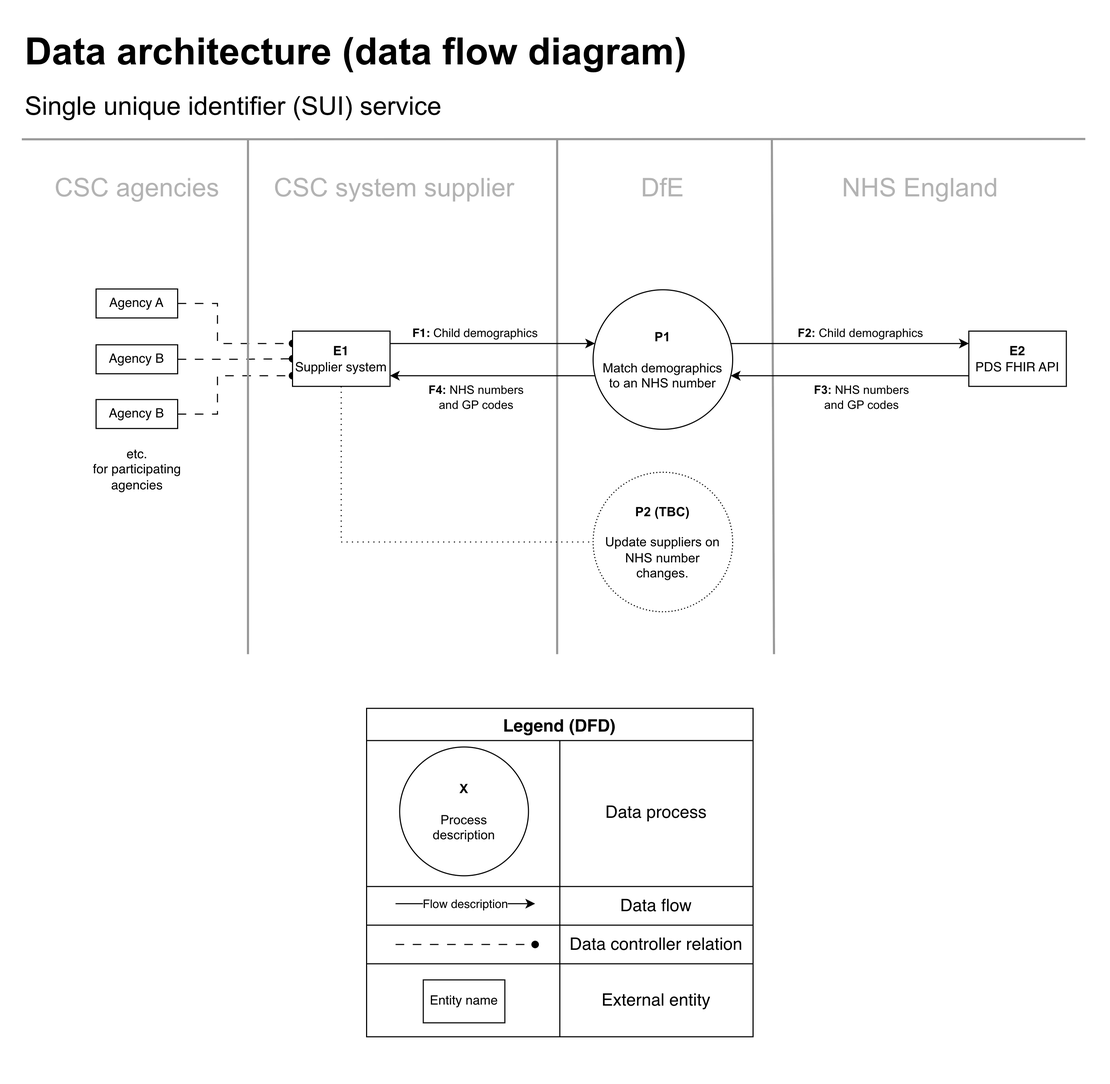
DFE-Digital/single-unique-identifier keeps this draw.io diagram as Docs/architecture/models/data-architecture.drawio.png. Above is the earlier version. Source tidied: cells renumbered, new cells last; positions are measured from the earlier drawing's top-left corner, leaving out a move shared by most shapes. The source it was exported from:
```xml
<mxGraphModel background="light-dark(#FFFFFF,#121212)">
  <root>
    <mxCell id="0" />
    <mxCell id="1" parent="0" />
    <mxCell id="2" style="edgeStyle=orthogonalEdgeStyle;rounded=0;jettySize=auto;html=1;dashed=1;dashPattern=8 8;endArrow=oval;endFill=1;" parent="1" edge="1" source="42" target="41">
      <mxGeometry relative="1" as="geometry">
        <Array as="points">
          <mxPoint x="181" y="366" />
          <mxPoint x="181" y="330" />
        </Array>
      </mxGeometry>
    </mxCell>
    <mxCell id="3" style="endArrow=none;html=1;strokeWidth=2;rounded=0;fontFamily=Arial;strokeColor=#999999;" parent="1" edge="1">
      <mxGeometry relative="1" as="geometry">
        <mxPoint x="700" y="590" as="sourcePoint" />
        <mxPoint x="698" y="110" as="targetPoint" />
      </mxGeometry>
    </mxCell>
    <mxCell id="4" style="endArrow=none;html=1;strokeWidth=2;rounded=0;fontFamily=Arial;strokeColor=#999999;" parent="1" edge="1">
      <mxGeometry relative="1" as="geometry">
        <mxPoint x="498" y="590" as="sourcePoint" />
        <mxPoint x="498" y="110" as="targetPoint" />
      </mxGeometry>
    </mxCell>
    <mxCell id="5" value="&lt;h1 style=&quot;margin-top: 0px;&quot;&gt;&lt;font style=&quot;font-size: 35px;&quot;&gt;Data architecture (data flow diagram)&lt;/font&gt;&lt;/h1&gt;&lt;p&gt;&lt;font style=&quot;font-size: 24px;&quot;&gt;Single unique identifier (SUI) service&lt;/font&gt;&lt;/p&gt;" style="text;html=1;whiteSpace=wrap;overflow=hidden;rounded=0;fontFamily=Arial;" parent="1" vertex="1">
      <mxGeometry width="684" height="120" as="geometry" />
    </mxCell>
    <mxCell id="6" value="&lt;b&gt;F2:&lt;/b&gt; Child demographics" style="rounded=0;jettySize=auto;html=1;fontFamily=Arial;edgeStyle=orthogonalEdgeStyle;" parent="1" edge="1" source="9" target="38">
      <mxGeometry x="0.1" y="10" relative="1" as="geometry">
        <Array as="points">
          <mxPoint x="766" y="300" />
          <mxPoint x="766" y="300" />
        </Array>
      </mxGeometry>
    </mxCell>
    <mxCell id="7" style="edgeStyle=orthogonalEdgeStyle;rounded=0;jettySize=auto;html=1;" parent="1" edge="1" source="9" target="41">
      <mxGeometry relative="1" as="geometry">
        <Array as="points">
          <mxPoint x="481" y="330" />
          <mxPoint x="481" y="330" />
        </Array>
      </mxGeometry>
    </mxCell>
    <mxCell id="8" value="&lt;b style=&quot;font-family: Arial;&quot;&gt;F4:&lt;/b&gt;&lt;span style=&quot;font-family: Arial;&quot;&gt;&amp;nbsp;NHS numbers&lt;/span&gt;&lt;br style=&quot;font-family: Arial;&quot;&gt;&lt;span style=&quot;font-family: Arial;&quot;&gt;and GP codes&lt;/span&gt;" style="edgeLabel;html=1;align=center;verticalAlign=middle;" parent="7" vertex="1">
      <mxGeometry x="0.29" y="5" relative="1" as="geometry">
        <mxPoint x="12" y="15" as="offset" />
      </mxGeometry>
    </mxCell>
    <mxCell id="9" value="&lt;b&gt;P1&lt;/b&gt;&lt;br&gt;&lt;br&gt;Match demographics &lt;br&gt;to an NHS number" style="shape=ellipse;html=1;dashed=0;whiteSpace=wrap;perimeter=ellipsePerimeter;fontFamily=Arial;" parent="1" vertex="1">
      <mxGeometry x="531" y="250" width="130" height="130" as="geometry" />
    </mxCell>
    <mxCell id="10" value="&lt;b&gt;F3:&lt;/b&gt; NHS numbers &lt;br&gt;and GP codes" style="edgeStyle=orthogonalEdgeStyle;rounded=0;jettySize=auto;html=1;fontFamily=Arial;" parent="1" edge="1" source="38" target="9">
      <mxGeometry x="-0.1" y="20" relative="1" as="geometry">
        <Array as="points">
          <mxPoint x="711" y="330" />
          <mxPoint x="711" y="330" />
        </Array>
      </mxGeometry>
    </mxCell>
    <mxCell id="11" style="edgeStyle=orthogonalEdgeStyle;rounded=0;orthogonalLoop=1;jettySize=auto;html=1;fontFamily=Arial;" parent="1" edge="1">
      <mxGeometry relative="1" as="geometry">
        <mxPoint x="1230.1" y="633" as="targetPoint" />
        <Array as="points">
          <mxPoint x="1230.1" y="699" />
        </Array>
      </mxGeometry>
    </mxCell>
    <mxCell id="12" value="&lt;font style=&quot;font-size: 24px;&quot;&gt;&lt;span style=&quot;color: rgb(179, 179, 179); font-weight: normal;&quot;&gt;CSC system supplier&lt;/span&gt;&lt;/font&gt;" style="text;html=1;whiteSpace=wrap;strokeColor=none;fillColor=none;align=center;verticalAlign=middle;rounded=0;fontFamily=Arial;fontStyle=1;" parent="1" vertex="1">
      <mxGeometry x="231" y="130" width="230" height="50" as="geometry" />
    </mxCell>
    <mxCell id="13" value="&lt;font style=&quot;font-size: 24px;&quot;&gt;&lt;span style=&quot;color: rgb(179, 179, 179);&quot;&gt;DfE&lt;/span&gt;&lt;/font&gt;" style="text;html=1;whiteSpace=wrap;strokeColor=none;fillColor=none;align=center;verticalAlign=middle;rounded=0;fontFamily=Arial;" parent="1" vertex="1">
      <mxGeometry x="566" y="140" width="60" height="30" as="geometry" />
    </mxCell>
    <mxCell id="14" value="&lt;font style=&quot;font-size: 24px;&quot;&gt;&lt;span style=&quot;color: rgb(179, 179, 179);&quot;&gt;NHS England&lt;/span&gt;&lt;/font&gt;" style="text;html=1;whiteSpace=wrap;strokeColor=none;fillColor=none;align=center;verticalAlign=middle;rounded=0;fontFamily=Arial;" parent="1" vertex="1">
      <mxGeometry x="721" y="140" width="230" height="30" as="geometry" />
    </mxCell>
    <mxCell id="15" style="edgeStyle=orthogonalEdgeStyle;rounded=0;jettySize=auto;html=1;dashed=1;dashPattern=8 8;endArrow=oval;endFill=1;" parent="1" edge="1" source="16" target="41">
      <mxGeometry relative="1" as="geometry" />
    </mxCell>
    <mxCell id="16" value="Agency B" style="html=1;dashed=0;whiteSpace=wrap;" parent="1" vertex="1">
      <mxGeometry x="68" y="301.2" width="76" height="27" as="geometry" />
    </mxCell>
    <mxCell id="17" style="edgeStyle=orthogonalEdgeStyle;rounded=0;jettySize=auto;html=1;dashed=1;dashPattern=8 8;endArrow=oval;endFill=1;" parent="1" edge="1" source="18" target="41">
      <mxGeometry relative="1" as="geometry">
        <Array as="points">
          <mxPoint x="181" y="263" />
          <mxPoint x="181" y="300" />
        </Array>
      </mxGeometry>
    </mxCell>
    <mxCell id="18" value="Agency A" style="html=1;dashed=0;whiteSpace=wrap;" parent="1" vertex="1">
      <mxGeometry x="68" y="249.2" width="76" height="27" as="geometry" />
    </mxCell>
    <mxCell id="19" style="endArrow=none;html=1;strokeWidth=2;rounded=0;fontFamily=Arial;entryX=-0.001;entryY=0.919;entryDx=0;entryDy=0;entryPerimeter=0;strokeColor=#999999;" parent="1" edge="1" target="5">
      <mxGeometry relative="1" as="geometry">
        <mxPoint x="990" y="110" as="sourcePoint" />
      </mxGeometry>
    </mxCell>
    <mxCell id="20" style="group;" parent="1" vertex="1">
      <mxGeometry x="320" y="640" width="360" height="330" as="geometry" />
    </mxCell>
    <mxCell id="21" style="group;" parent="20" vertex="1">
      <mxGeometry width="360" height="330" as="geometry" />
    </mxCell>
    <mxCell id="22" value="Legend (DFD)" style="shape=table;startSize=30;strokeColor=default;fontSize=16;fontStyle=1;" parent="21" vertex="1">
      <mxGeometry width="360" height="306" as="geometry" />
    </mxCell>
    <mxCell id="23" style="shape=tableRow;horizontal=0;startSize=0;swimlaneHead=0;swimlaneBody=0;strokeColor=inherit;top=0;left=0;bottom=0;right=0;fillColor=none;fontSize=16;" parent="22" vertex="1">
      <mxGeometry y="30" width="360" height="136" as="geometry" />
    </mxCell>
    <mxCell id="24" style="shape=partialRectangle;html=1;whiteSpace=wrap;strokeColor=inherit;overflow=hidden;fillColor=none;top=0;left=0;bottom=0;right=0;fontSize=16;" parent="23" vertex="1">
      <mxGeometry width="180" height="136" as="geometry" />
    </mxCell>
    <mxCell id="25" value="Data process" style="shape=partialRectangle;html=1;whiteSpace=wrap;strokeColor=inherit;overflow=hidden;fillColor=none;top=0;left=0;bottom=0;right=0;fontSize=16;align=center;" parent="23" vertex="1">
      <mxGeometry x="180" width="180" height="136" as="geometry" />
    </mxCell>
    <mxCell id="26" style="shape=tableRow;horizontal=0;startSize=0;swimlaneHead=0;swimlaneBody=0;strokeColor=inherit;top=0;left=0;bottom=0;right=0;fillColor=none;fontSize=16;" parent="22" vertex="1">
      <mxGeometry y="166" width="360" height="36" as="geometry" />
    </mxCell>
    <mxCell id="27" style="shape=partialRectangle;html=1;whiteSpace=wrap;strokeColor=inherit;overflow=hidden;fillColor=none;top=0;left=0;bottom=0;right=0;fontSize=16;" parent="26" vertex="1">
      <mxGeometry width="180" height="36" as="geometry" />
    </mxCell>
    <mxCell id="28" value="Data flow" style="shape=partialRectangle;html=1;whiteSpace=wrap;strokeColor=inherit;overflow=hidden;fillColor=none;top=0;left=0;bottom=0;right=0;fontSize=16;align=center;" parent="26" vertex="1">
      <mxGeometry x="180" width="180" height="36" as="geometry" />
    </mxCell>
    <mxCell id="29" style="shape=tableRow;horizontal=0;startSize=0;swimlaneHead=0;swimlaneBody=0;strokeColor=inherit;top=0;left=0;bottom=0;right=0;fillColor=none;fontSize=16;" parent="22" vertex="1">
      <mxGeometry y="202" width="360" height="36" as="geometry" />
    </mxCell>
    <mxCell id="30" style="shape=partialRectangle;html=1;whiteSpace=wrap;strokeColor=inherit;overflow=hidden;fillColor=none;top=0;left=0;bottom=0;right=0;fontSize=16;" parent="29" vertex="1">
      <mxGeometry width="180" height="36" as="geometry" />
    </mxCell>
    <mxCell id="31" value="Data controller relation" style="shape=partialRectangle;html=1;whiteSpace=wrap;strokeColor=inherit;overflow=hidden;fillColor=none;top=0;left=0;bottom=0;right=0;fontSize=16;align=center;" parent="29" vertex="1">
      <mxGeometry x="180" width="180" height="36" as="geometry" />
    </mxCell>
    <mxCell id="32" style="shape=tableRow;horizontal=0;startSize=0;swimlaneHead=0;swimlaneBody=0;strokeColor=inherit;top=0;left=0;bottom=0;right=0;fillColor=none;fontSize=16;" parent="22" vertex="1">
      <mxGeometry y="238" width="360" height="68" as="geometry" />
    </mxCell>
    <mxCell id="33" style="shape=partialRectangle;html=1;whiteSpace=wrap;strokeColor=inherit;overflow=hidden;fillColor=none;top=0;left=0;bottom=0;right=0;fontSize=16;" parent="32" vertex="1">
      <mxGeometry width="180" height="68" as="geometry" />
    </mxCell>
    <mxCell id="34" value="External entity" style="shape=partialRectangle;html=1;whiteSpace=wrap;strokeColor=inherit;overflow=hidden;fillColor=none;top=0;left=0;bottom=0;right=0;fontSize=16;align=center;" parent="32" vertex="1">
      <mxGeometry x="180" width="180" height="68" as="geometry" />
    </mxCell>
    <mxCell id="35" value="&lt;b&gt;X&lt;/b&gt;&lt;br&gt;&lt;br&gt;Process &lt;br&gt;description" style="shape=ellipse;html=1;dashed=0;whiteSpace=wrap;perimeter=ellipsePerimeter;fontFamily=Arial;" parent="21" vertex="1">
      <mxGeometry x="30.8" y="36" width="120" height="120" as="geometry" />
    </mxCell>
    <mxCell id="36" value="Entity name" style="html=1;dashed=0;whiteSpace=wrap;" parent="21" vertex="1">
      <mxGeometry x="52.8" y="253" width="76" height="40" as="geometry" />
    </mxCell>
    <mxCell id="37" value="Flow description" style="endArrow=classic;html=1;rounded=0;" parent="20" edge="1">
      <mxGeometry relative="1" as="geometry">
        <mxPoint x="27" y="182" as="sourcePoint" />
        <mxPoint x="157" y="182" as="targetPoint" />
      </mxGeometry>
    </mxCell>
    <mxCell id="38" value="&lt;b&gt;E2&lt;/b&gt;&lt;br&gt;PDS FHIR API" style="html=1;dashed=0;whiteSpace=wrap;" parent="1" vertex="1">
      <mxGeometry x="881" y="288.5" width="90.8" height="51.5" as="geometry" />
    </mxCell>
    <mxCell id="39" value="&lt;b&gt;F1:&lt;/b&gt; Child demographics" style="edgeStyle=orthogonalEdgeStyle;rounded=0;jettySize=auto;html=1;" parent="1" edge="1" source="41" target="9">
      <mxGeometry x="-0.17" y="10" relative="1" as="geometry">
        <Array as="points">
          <mxPoint x="491" y="300" />
          <mxPoint x="491" y="300" />
        </Array>
      </mxGeometry>
    </mxCell>
    <mxCell id="40" style="edgeStyle=orthogonalEdgeStyle;rounded=0;jettySize=auto;html=1;endArrow=none;endFill=0;dashed=1;dashPattern=1 4;" parent="1" edge="1" source="41" target="45">
      <mxGeometry relative="1" as="geometry">
        <Array as="points">
          <mxPoint x="296" y="485" />
        </Array>
      </mxGeometry>
    </mxCell>
    <mxCell id="41" value="&lt;b&gt;E1&lt;/b&gt;&lt;br&gt;Supplier system" style="html=1;dashed=0;whiteSpace=wrap;" parent="1" vertex="1">
      <mxGeometry x="251" y="288.5" width="90.8" height="51.5" as="geometry" />
    </mxCell>
    <mxCell id="42" value="Agency B" style="html=1;dashed=0;whiteSpace=wrap;" parent="1" vertex="1">
      <mxGeometry x="68" y="352.2" width="76" height="27" as="geometry" />
    </mxCell>
    <mxCell id="43" style="endArrow=none;html=1;strokeWidth=2;rounded=0;fontFamily=Arial;strokeColor=#999999;" parent="1" edge="1">
      <mxGeometry relative="1" as="geometry">
        <mxPoint x="210" y="590" as="sourcePoint" />
        <mxPoint x="210" y="110" as="targetPoint" />
      </mxGeometry>
    </mxCell>
    <mxCell id="44" value="&lt;font style=&quot;font-size: 24px;&quot;&gt;&lt;span style=&quot;color: rgb(179, 179, 179); font-weight: normal;&quot;&gt;CSC agencies&lt;/span&gt;&lt;/font&gt;" style="text;html=1;whiteSpace=wrap;strokeColor=none;fillColor=none;align=center;verticalAlign=middle;rounded=0;fontFamily=Arial;fontStyle=1;" parent="1" vertex="1">
      <mxGeometry x="25.5" y="130" width="161" height="50" as="geometry" />
    </mxCell>
    <mxCell id="45" value="&lt;b&gt;P2 (TBC)&lt;/b&gt;&lt;br&gt;&lt;br&gt;Update suppliers on NHS number&lt;br&gt;changes." style="shape=ellipse;html=1;dashed=1;whiteSpace=wrap;perimeter=ellipsePerimeter;fontFamily=Arial;dashPattern=1 2;" parent="1" vertex="1">
      <mxGeometry x="531" y="420" width="130" height="130" as="geometry" />
    </mxCell>
    <mxCell id="46" style="endArrow=oval;html=1;rounded=0;dashed=1;dashPattern=8 8;endFill=1;" parent="1" edge="1">
      <mxGeometry relative="1" as="geometry">
        <mxPoint x="347" y="860" as="sourcePoint" />
        <mxPoint x="477" y="860" as="targetPoint" />
      </mxGeometry>
    </mxCell>
    <mxCell id="47" value="etc. &lt;br&gt;for participating agencies" style="text;html=1;whiteSpace=wrap;strokeColor=none;fillColor=none;align=center;verticalAlign=middle;rounded=0;fontSize=12;" parent="1" vertex="1">
      <mxGeometry x="60.6" y="403" width="90.8" height="30" as="geometry" />
    </mxCell>
  </root>
</mxGraphModel>
```
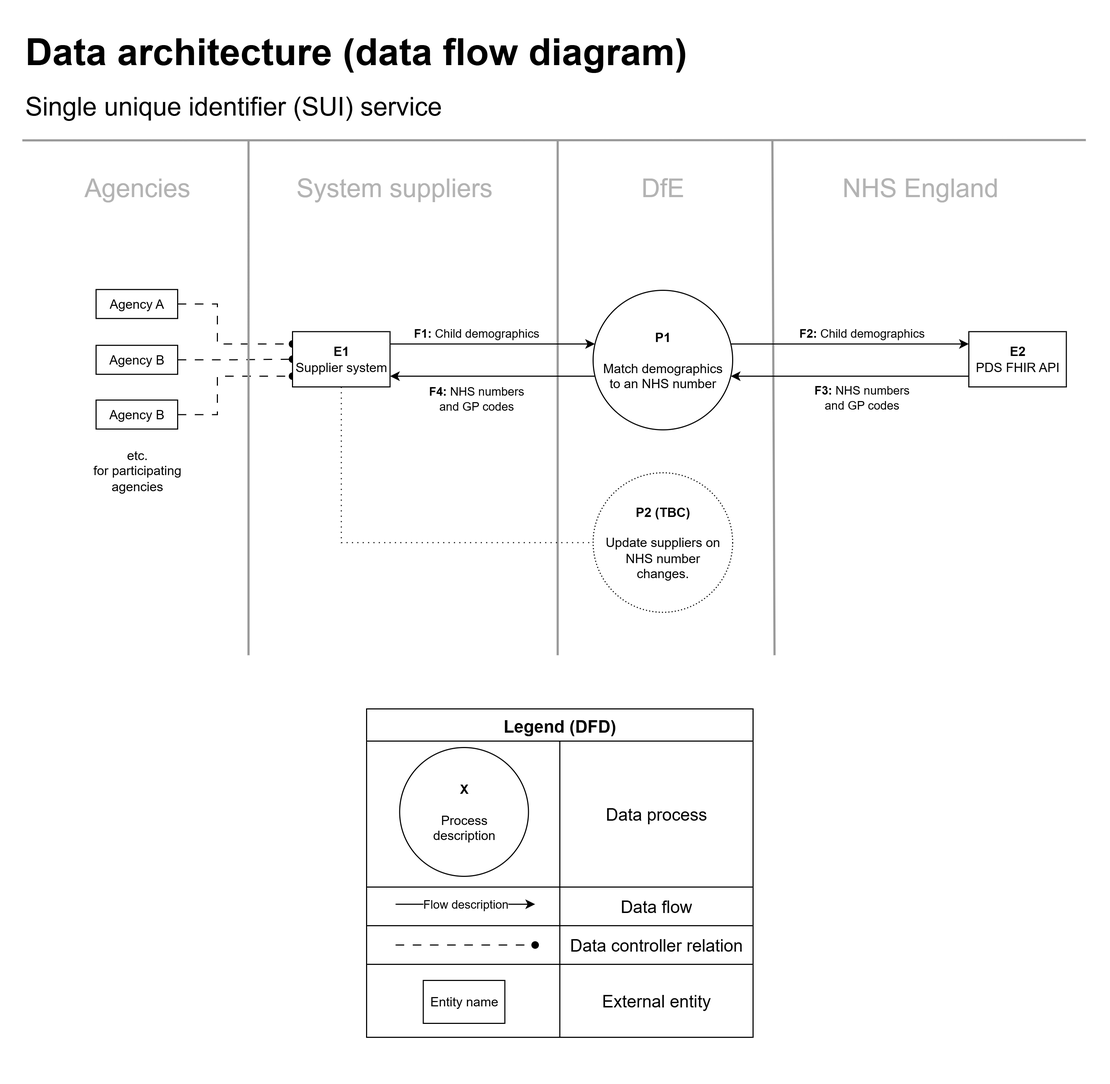
After the change.

Commit message:
docs: Change trust boundary naming in data arch

After feedback that the existing naming using 'CSC' is too specific to
the more general target of SUI agencies.

The edit, as a diff of the source:
```diff
@@ -65,7 +65,7 @@
         </Array>
       </mxGeometry>
     </mxCell>
-    <mxCell id="12" value="&lt;font style=&quot;font-size: 24px;&quot;&gt;&lt;span style=&quot;color: rgb(179, 179, 179); font-weight: normal;&quot;&gt;CSC system supplier&lt;/span&gt;&lt;/font&gt;" style="text;html=1;whiteSpace=wrap;strokeColor=none;fillColor=none;align=center;verticalAlign=middle;rounded=0;fontFamily=Arial;fontStyle=1;" parent="1" vertex="1">
+    <mxCell id="12" value="&lt;font style=&quot;font-size: 24px;&quot;&gt;&lt;span style=&quot;color: rgb(179, 179, 179); font-weight: normal;&quot;&gt;System suppliers&lt;/span&gt;&lt;/font&gt;" style="text;html=1;whiteSpace=wrap;strokeColor=none;fillColor=none;align=center;verticalAlign=middle;rounded=0;fontFamily=Arial;fontStyle=1;" parent="1" vertex="1">
       <mxGeometry x="231" y="130" width="230" height="50" as="geometry" />
     </mxCell>
     <mxCell id="13" value="&lt;font style=&quot;font-size: 24px;&quot;&gt;&lt;span style=&quot;color: rgb(179, 179, 179);&quot;&gt;DfE&lt;/span&gt;&lt;/font&gt;" style="text;html=1;whiteSpace=wrap;strokeColor=none;fillColor=none;align=center;verticalAlign=middle;rounded=0;fontFamily=Arial;" parent="1" vertex="1">
@@ -183,7 +183,7 @@
         <mxPoint x="210" y="110" as="targetPoint" />
       </mxGeometry>
     </mxCell>
-    <mxCell id="44" value="&lt;font style=&quot;font-size: 24px;&quot;&gt;&lt;span style=&quot;color: rgb(179, 179, 179); font-weight: normal;&quot;&gt;CSC agencies&lt;/span&gt;&lt;/font&gt;" style="text;html=1;whiteSpace=wrap;strokeColor=none;fillColor=none;align=center;verticalAlign=middle;rounded=0;fontFamily=Arial;fontStyle=1;" parent="1" vertex="1">
+    <mxCell id="44" value="&lt;font style=&quot;font-size: 24px;&quot;&gt;&lt;span style=&quot;color: rgb(179, 179, 179); font-weight: normal;&quot;&gt;Agencies&lt;/span&gt;&lt;/font&gt;" style="text;html=1;whiteSpace=wrap;strokeColor=none;fillColor=none;align=center;verticalAlign=middle;rounded=0;fontFamily=Arial;fontStyle=1;" parent="1" vertex="1">
       <mxGeometry x="25.5" y="130" width="161" height="50" as="geometry" />
     </mxCell>
     <mxCell id="45" value="&lt;b&gt;P2 (TBC)&lt;/b&gt;&lt;br&gt;&lt;br&gt;Update suppliers on NHS number&lt;br&gt;changes." style="shape=ellipse;html=1;dashed=1;whiteSpace=wrap;perimeter=ellipsePerimeter;fontFamily=Arial;dashPattern=1 2;" parent="1" vertex="1">
```
